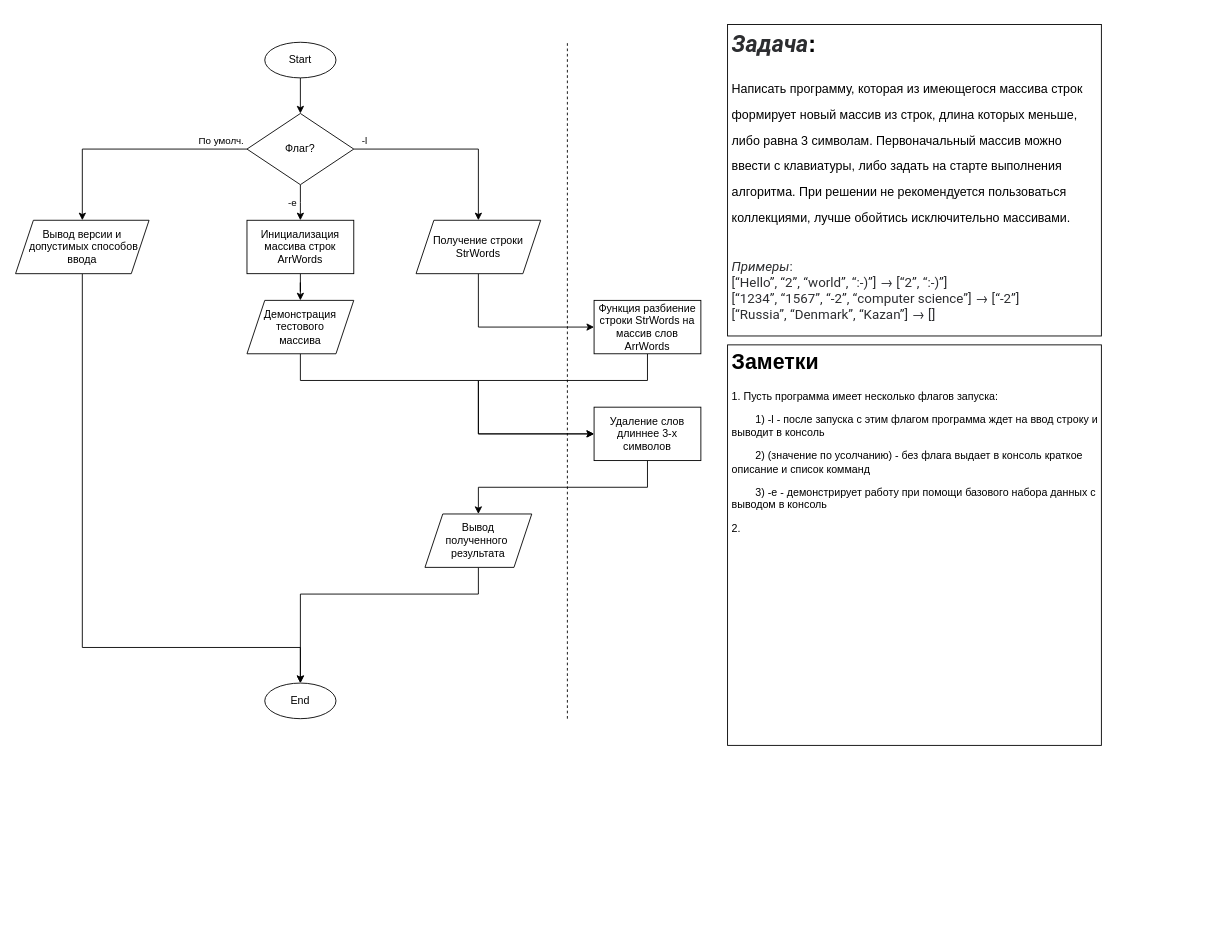
The draw.io diagram Sifter/DiagProg.drawio in AlNaksha/ArrSifter, before the edit. Source tidied: cells renumbered, new cells numbered last; positions are measured from the earlier drawing's top-left corner, leaving out a move shared by most shapes. Both pictures are drawn from the tidied source at 89%, with x=0, y=0 at pixel (15, 24).
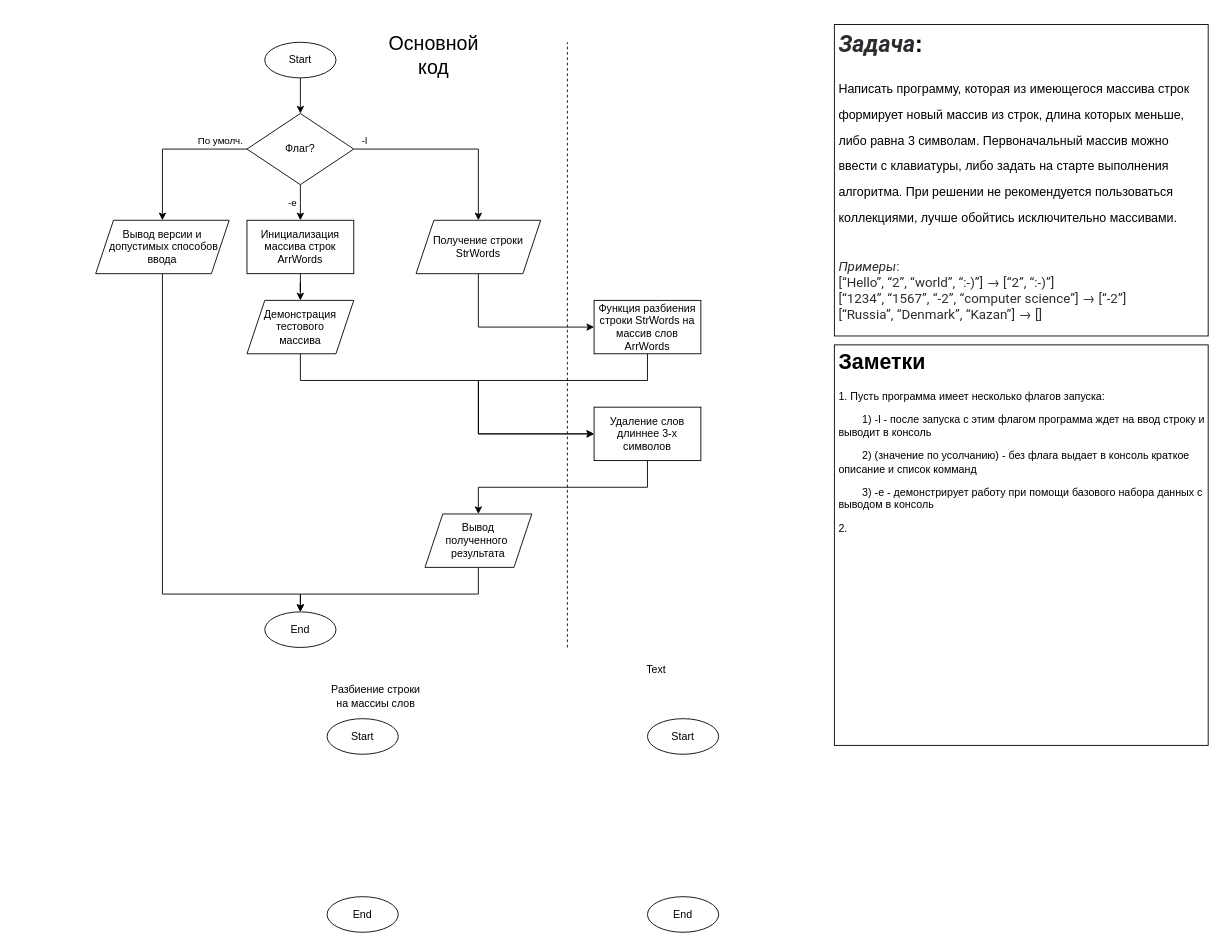
The same diagram, later.

Commit message:
Diagramm 0.1.1: update algorithm some functions

The change refers to these unchanged cells:
```xml
<mxCell id="6" style="edgeStyle=orthogonalEdgeStyle;rounded=0;jettySize=auto;html=1;" parent="1" edge="1" source="12" target="15">
  <mxGeometry relative="1" as="geometry" />
</mxCell>
```

What changed in the source:
```diff
@@
     <mxCell id="2" value="&lt;h1 style=&quot;font-size: 26px;&quot;&gt;&lt;span style=&quot;background-color: rgb(255, 255, 255);&quot;&gt;&lt;em style=&quot;box-sizing: border-box; color: rgb(44, 45, 48); font-family: Onest, Roboto, &amp;quot;San Francisco&amp;quot;, &amp;quot;Helvetica Neue&amp;quot;, Helvetica, Arial;&quot;&gt;Задача&lt;/em&gt;:&lt;span style=&quot;font-weight: normal;&quot;&gt;&amp;nbsp;&lt;/span&gt;&lt;/span&gt;&lt;/h1&gt;&lt;h1&gt;&lt;span style=&quot;background-color: initial; font-weight: normal;&quot;&gt;&lt;font style=&quot;font-size: 14px;&quot;&gt;Написать программу, которая из имеющегося массива строк формирует новый массив из строк, длина которых меньше, либо равна 3 символам. Первоначальный массив можно ввести с клавиатуры, либо задать на старте выполнения алгоритма. При решении не рекомендуется пользоваться коллекциями, лучше обойтись исключительно массивами.&lt;/font&gt;&lt;/span&gt;&lt;br&gt;&lt;/h1&gt;&lt;p&gt;&lt;a style=&quot;box-sizing: border-box; background-color: rgb(255, 255, 255); color: rgb(37, 133, 238); cursor: pointer; overflow-wrap: break-word; font-family: Onest, Roboto, &amp;quot;San Francisco&amp;quot;, &amp;quot;Helvetica Neue&amp;quot;, Helvetica, Arial; font-size: 15px;&quot; target=&quot;_blank&quot; href=&quot;https://gb.ru/lessons/383191/homework&quot;&gt;&lt;/a&gt;&lt;br style=&quot;box-sizing: border-box; color: rgb(44, 45, 48); font-family: Onest, Roboto, &amp;quot;San Francisco&amp;quot;, &amp;quot;Helvetica Neue&amp;quot;, Helvetica, Arial; font-size: 15px; background-color: rgb(255, 255, 255);&quot;&gt;&lt;em style=&quot;box-sizing: border-box; color: rgb(44, 45, 48); font-family: Onest, Roboto, &amp;quot;San Francisco&amp;quot;, &amp;quot;Helvetica Neue&amp;quot;, Helvetica, Arial; font-size: 15px; background-color: rgb(255, 255, 255);&quot;&gt;Примеры&lt;/em&gt;&lt;span style=&quot;color: rgb(44, 45, 48); font-family: Onest, Roboto, &amp;quot;San Francisco&amp;quot;, &amp;quot;Helvetica Neue&amp;quot;, Helvetica, Arial; font-size: 15px; background-color: rgb(255, 255, 255);&quot;&gt;:&lt;/span&gt;&lt;br style=&quot;box-sizing: border-box; color: rgb(44, 45, 48); font-family: Onest, Roboto, &amp;quot;San Francisco&amp;quot;, &amp;quot;Helvetica Neue&amp;quot;, Helvetica, Arial; font-size: 15px; background-color: rgb(255, 255, 255);&quot;&gt;&lt;span style=&quot;color: rgb(44, 45, 48); font-family: Onest, Roboto, &amp;quot;San Francisco&amp;quot;, &amp;quot;Helvetica Neue&amp;quot;, Helvetica, Arial; font-size: 15px; background-color: rgb(255, 255, 255);&quot;&gt;[“Hello”, “2”, “world”, “:-)”] → [“2”, “:-)”]&lt;/span&gt;&lt;br style=&quot;box-sizing: border-box; color: rgb(44, 45, 48); font-family: Onest, Roboto, &amp;quot;San Francisco&amp;quot;, &amp;quot;Helvetica Neue&amp;quot;, Helvetica, Arial; font-size: 15px; background-color: rgb(255, 255, 255);&quot;&gt;&lt;span style=&quot;color: rgb(44, 45, 48); font-family: Onest, Roboto, &amp;quot;San Francisco&amp;quot;, &amp;quot;Helvetica Neue&amp;quot;, Helvetica, Arial; font-size: 15px; background-color: rgb(255, 255, 255);&quot;&gt;[“1234”, “1567”, “-2”, “computer science”] → [“-2”]&lt;/span&gt;&lt;br style=&quot;box-sizing: border-box; color: rgb(44, 45, 48); font-family: Onest, Roboto, &amp;quot;San Francisco&amp;quot;, &amp;quot;Helvetica Neue&amp;quot;, Helvetica, Arial; font-size: 15px; background-color: rgb(255, 255, 255);&quot;&gt;&lt;span style=&quot;color: rgb(44, 45, 48); font-family: Onest, Roboto, &amp;quot;San Francisco&amp;quot;, &amp;quot;Helvetica Neue&amp;quot;, Helvetica, Arial; font-size: 15px; background-color: rgb(255, 255, 255);&quot;&gt;[“Russia”, “Denmark”, “Kazan”] → []&lt;/span&gt;&lt;br&gt;&lt;/p&gt;" style="text;html=1;strokeColor=default;fillColor=default;spacing=5;spacingTop=-20;whiteSpace=wrap;overflow=hidden;rounded=0;" parent="1" vertex="1">
-      <mxGeometry x="800" width="420" height="350" as="geometry" />
+      <mxGeometry x="920" width="420" height="350" as="geometry" />
     </mxCell>
@@
     <mxCell id="5" value="End" style="ellipse;whiteSpace=wrap;html=1;" parent="1" vertex="1">
-      <mxGeometry x="280" y="740" width="80" height="40" as="geometry" />
+      <mxGeometry x="280" y="660" width="80" height="40" as="geometry" />
     </mxCell>
@@
     <mxCell id="7" value="По умолч." style="edgeLabel;html=1;align=center;verticalAlign=middle;" parent="6" vertex="1">
       <mxGeometry x="-0.01" y="3" relative="1" as="geometry">
-        <mxPoint x="101" y="-13" as="offset" />
+        <mxPoint x="56" y="-13" as="offset" />
       </mxGeometry>
     </mxCell>
@@
     <mxCell id="13" value="&lt;h1&gt;Заметки&lt;/h1&gt;&lt;p&gt;1. Пусть программа имеет несколько флагов запуска:&lt;/p&gt;&lt;p&gt;&lt;span style=&quot;background-color: initial; white-space: pre;&quot;&gt;&#9;&lt;/span&gt;1&lt;span style=&quot;background-color: initial;&quot;&gt;) -l - после запуска с этим флагом программа ждет на ввод строку и выводит в консоль&lt;/span&gt;&lt;/p&gt;&lt;p&gt;&lt;span style=&quot;white-space: pre;&quot;&gt;&#9;&lt;/span&gt;2) (значение по усолчанию) - без флага выдает в консоль краткое описание и список комманд&lt;br&gt;&lt;/p&gt;&lt;p&gt;&lt;span style=&quot;white-space: pre;&quot;&gt;&#9;&lt;/span&gt;3) -e - демонстрирует работу при помощи базового набора данных с выводом в консоль&lt;/p&gt;&lt;p&gt;2.&amp;nbsp;&lt;/p&gt;&lt;p&gt;&lt;br&gt;&lt;/p&gt;" style="text;html=1;strokeColor=default;fillColor=default;spacing=5;spacingTop=-20;whiteSpace=wrap;overflow=hidden;rounded=0;" parent="1" vertex="1">
-      <mxGeometry x="800" y="360" width="420" height="450" as="geometry" />
+      <mxGeometry x="920" y="360" width="420" height="450" as="geometry" />
     </mxCell>
     <mxCell id="14" style="edgeStyle=orthogonalEdgeStyle;rounded=0;jettySize=auto;html=1;exitX=0.5;exitY=1;exitDx=0;exitDy=0;" parent="1" edge="1" source="15" target="5">
       <mxGeometry relative="1" as="geometry">
         <Array as="points">
-          <mxPoint x="75" y="700" />
-          <mxPoint x="320" y="700" />
+          <mxPoint x="165" y="640" />
+          <mxPoint x="320" y="640" />
         </Array>
       </mxGeometry>
     </mxCell>
     <mxCell id="15" value="Вывод версии и&lt;br&gt;&amp;nbsp;допустимых способов ввода" style="shape=parallelogram;perimeter=parallelogramPerimeter;whiteSpace=wrap;html=1;fixedSize=1;" parent="1" vertex="1">
-      <mxGeometry y="220" width="150" height="60" as="geometry" />
+      <mxGeometry x="90" y="220" width="150" height="60" as="geometry" />
     </mxCell>
@@
-    <mxCell id="21" value="Функция разбиение строки StrWords на массив слов ArrWords" style="rounded=0;whiteSpace=wrap;html=1;" parent="1" vertex="1">
+    <mxCell id="21" value="Функция разбиения&lt;br&gt;строки StrWords на массив слов ArrWords" style="rounded=0;whiteSpace=wrap;html=1;" parent="1" vertex="1">
       <mxGeometry x="650" y="310" width="120" height="60" as="geometry" />
     </mxCell>
@@
     <mxCell id="24" style="endArrow=none;dashed=1;html=1;rounded=0;" parent="1" edge="1">
       <mxGeometry relative="1" as="geometry">
-        <mxPoint x="620" y="780" as="sourcePoint" />
+        <mxPoint x="620" y="700" as="sourcePoint" />
         <mxPoint x="620" y="20" as="targetPoint" />
       </mxGeometry>
     </mxCell>
@@
+    <mxCell id="29" value="&lt;font style=&quot;font-size: 22px;&quot;&gt;Основной код&lt;/font&gt;" style="text;html=1;strokeColor=none;fillColor=none;align=center;verticalAlign=middle;whiteSpace=wrap;rounded=0;" parent="1" vertex="1">
+      <mxGeometry x="420" width="100" height="70" as="geometry" />
+    </mxCell>
+    <mxCell id="30" value="Разбиение строки на массиы слов" style="text;html=1;strokeColor=none;fillColor=none;align=center;verticalAlign=middle;whiteSpace=wrap;rounded=0;" parent="1" vertex="1">
+      <mxGeometry x="350" y="740" width="110" height="30" as="geometry" />
+    </mxCell>
+    <mxCell id="31" value="Start" style="ellipse;whiteSpace=wrap;html=1;" parent="1" vertex="1">
+      <mxGeometry x="350" y="780" width="80" height="40" as="geometry" />
+    </mxCell>
+    <mxCell id="32" value="End" style="ellipse;whiteSpace=wrap;html=1;" parent="1" vertex="1">
+      <mxGeometry x="350" y="980" width="80" height="40" as="geometry" />
+    </mxCell>
+    <mxCell id="33" value="Start" style="ellipse;whiteSpace=wrap;html=1;" parent="1" vertex="1">
+      <mxGeometry x="710" y="780" width="80" height="40" as="geometry" />
+    </mxCell>
+    <mxCell id="34" value="End" style="ellipse;whiteSpace=wrap;html=1;" parent="1" vertex="1">
+      <mxGeometry x="710" y="980" width="80" height="40" as="geometry" />
+    </mxCell>
+    <mxCell id="35" value="Text" style="text;html=1;strokeColor=none;fillColor=none;align=center;verticalAlign=middle;whiteSpace=wrap;rounded=0;" parent="1" vertex="1">
+      <mxGeometry x="690" y="710" width="60" height="30" as="geometry" />
+    </mxCell>
```
